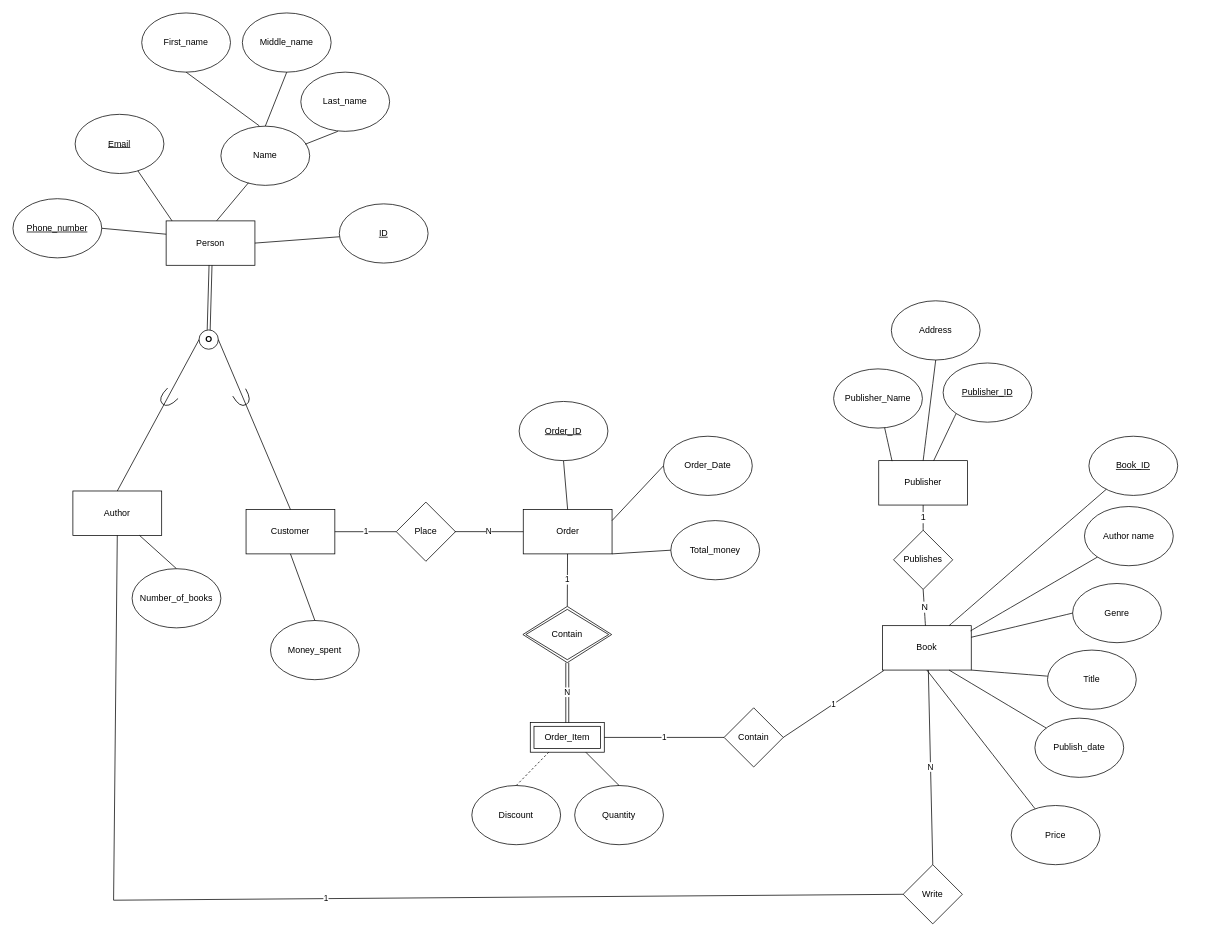
HuyViet2402/HCMUT-CO2013-Assignment-1-Semester-241 keeps this draw.io diagram as page "Page-1" (1 of 2) of e-Bookstore.drawio. Above is the earlier version. Source tidied: cells renumbered, new cells numbered last; positions are measured from the earlier drawing's top-left corner, leaving out a move shared by most shapes. Both pictures are drawn from the tidied source at 74%, with x=0, y=0 at pixel (13, 13).
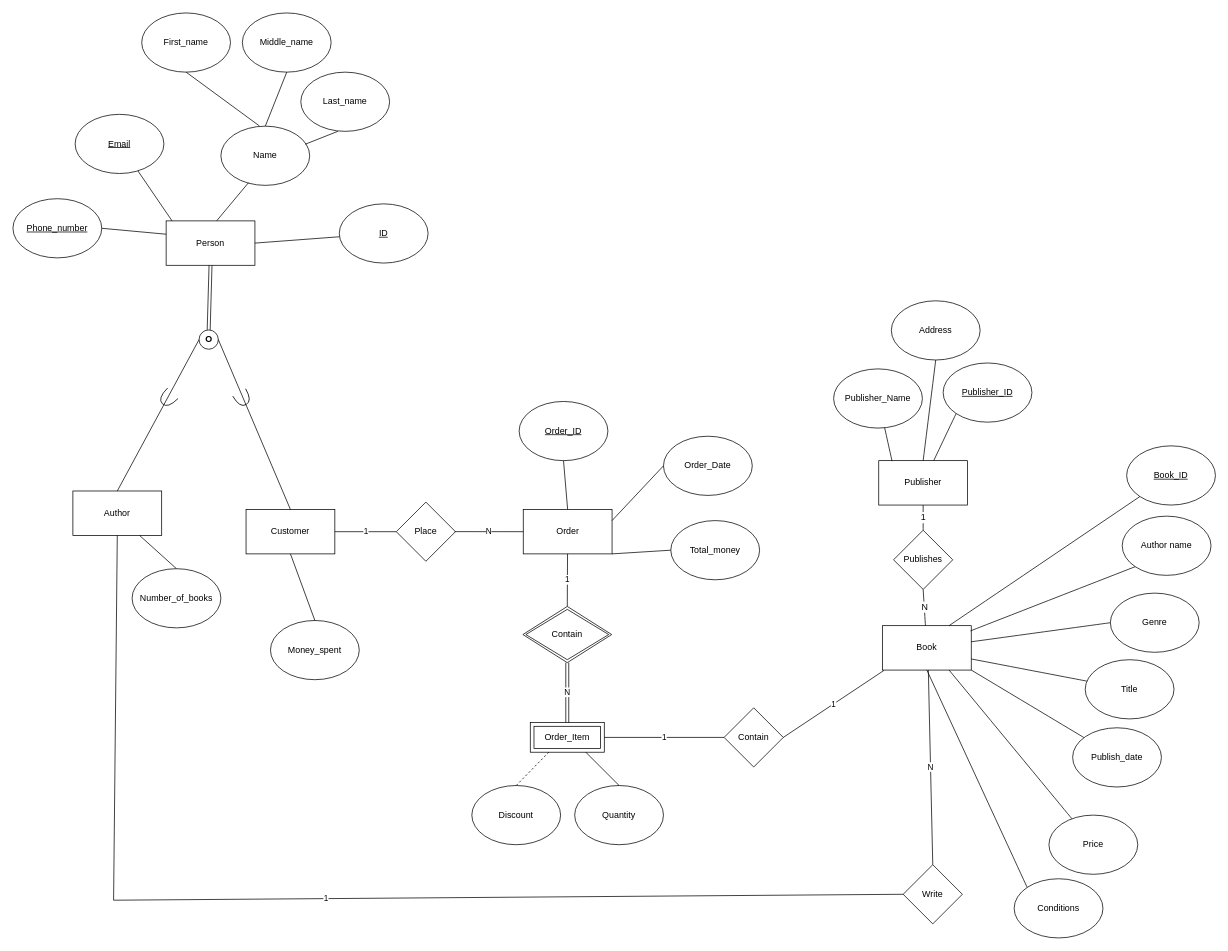
After the change.

Commit message (it also covers changes not shown here):
Add Conditions attribute in book entity

The change refers to these unchanged cells:
```xml
<mxCell id="2" value="Book" style="rounded=0;whiteSpace=wrap;html=1;" parent="1" vertex="1">
  <mxGeometry x="1175" y="828" width="120" height="60" as="geometry" />
</mxCell>
```

The edit, as a diff of the source:
```diff
@@
     <mxCell id="3" value="&lt;u&gt;Book_ID&lt;/u&gt;" style="ellipse;whiteSpace=wrap;html=1;" parent="1" vertex="1">
-      <mxGeometry x="1454" y="572" width="120" height="80" as="geometry" />
+      <mxGeometry x="1505" y="585" width="120" height="80" as="geometry" />
     </mxCell>
     <mxCell id="4" value="Title" style="ellipse;whiteSpace=wrap;html=1;" parent="1" vertex="1">
-      <mxGeometry x="1398" y="861" width="120" height="80" as="geometry" />
+      <mxGeometry x="1449" y="874" width="120" height="80" as="geometry" />
     </mxCell>
     <mxCell id="5" value="Author name" style="ellipse;whiteSpace=wrap;html=1;" parent="1" vertex="1">
-      <mxGeometry x="1448" y="667" width="120" height="80" as="geometry" />
+      <mxGeometry x="1499" y="680" width="120" height="80" as="geometry" />
     </mxCell>
     <mxCell id="6" value="Genre" style="ellipse;whiteSpace=wrap;html=1;" parent="1" vertex="1">
-      <mxGeometry x="1432" y="771" width="120" height="80" as="geometry" />
+      <mxGeometry x="1483" y="784" width="120" height="80" as="geometry" />
     </mxCell>
@@
-    <mxCell id="10" style="endArrow=none;html=1;rounded=0;fontSize=12;startSize=8;endSize=8;curved=1;entryX=1;entryY=1;entryDx=0;entryDy=0;" parent="1" edge="1" source="4" target="2">
+    <mxCell id="10" style="endArrow=none;html=1;rounded=0;fontSize=12;startSize=8;endSize=8;curved=1;entryX=1;entryY=0.75;entryDx=0;entryDy=0;" parent="1" edge="1" source="4" target="2">
       <mxGeometry relative="1" as="geometry" />
     </mxCell>
@@
     <mxCell id="65" value="Publish_date" style="ellipse;whiteSpace=wrap;html=1;" parent="1" vertex="1">
-      <mxGeometry x="1381" y="953" width="120" height="80" as="geometry" />
+      <mxGeometry x="1432" y="966" width="120" height="80" as="geometry" />
     </mxCell>
-    <mxCell id="66" style="endArrow=none;html=1;rounded=0;fontSize=12;startSize=8;endSize=8;curved=1;entryX=0.75;entryY=1;entryDx=0;entryDy=0;" parent="1" edge="1" source="65" target="2">
+    <mxCell id="66" style="endArrow=none;html=1;rounded=0;fontSize=12;startSize=8;endSize=8;curved=1;entryX=1;entryY=1;entryDx=0;entryDy=0;" parent="1" edge="1" source="65" target="2">
       <mxGeometry relative="1" as="geometry" />
     </mxCell>
@@
     <mxCell id="74" value="Price" style="ellipse;whiteSpace=wrap;html=1;" parent="1" vertex="1">
-      <mxGeometry x="1349" y="1071" width="120" height="80" as="geometry" />
+      <mxGeometry x="1400" y="1084" width="120" height="80" as="geometry" />
     </mxCell>
-    <mxCell id="75" style="endArrow=none;html=1;rounded=0;fontSize=12;startSize=8;endSize=8;curved=1;entryX=0.5;entryY=1;entryDx=0;entryDy=0;" parent="1" edge="1" source="74" target="2">
+    <mxCell id="75" style="endArrow=none;html=1;rounded=0;fontSize=12;startSize=8;endSize=8;curved=1;entryX=0.75;entryY=1;entryDx=0;entryDy=0;" parent="1" edge="1" source="74" target="2">
       <mxGeometry relative="1" as="geometry" />
     </mxCell>
+    <mxCell id="76" value="Conditions" style="ellipse;whiteSpace=wrap;html=1;" parent="1" vertex="1">
+      <mxGeometry x="1353" y="1170" width="120" height="80" as="geometry" />
+    </mxCell>
+    <mxCell id="77" style="endArrow=none;html=1;rounded=0;fontSize=12;startSize=8;endSize=8;curved=1;entryX=0.5;entryY=1;entryDx=0;entryDy=0;exitX=0;exitY=0;exitDx=0;exitDy=0;" parent="1" edge="1" source="76" target="2">
+      <mxGeometry relative="1" as="geometry" />
+    </mxCell>
```
